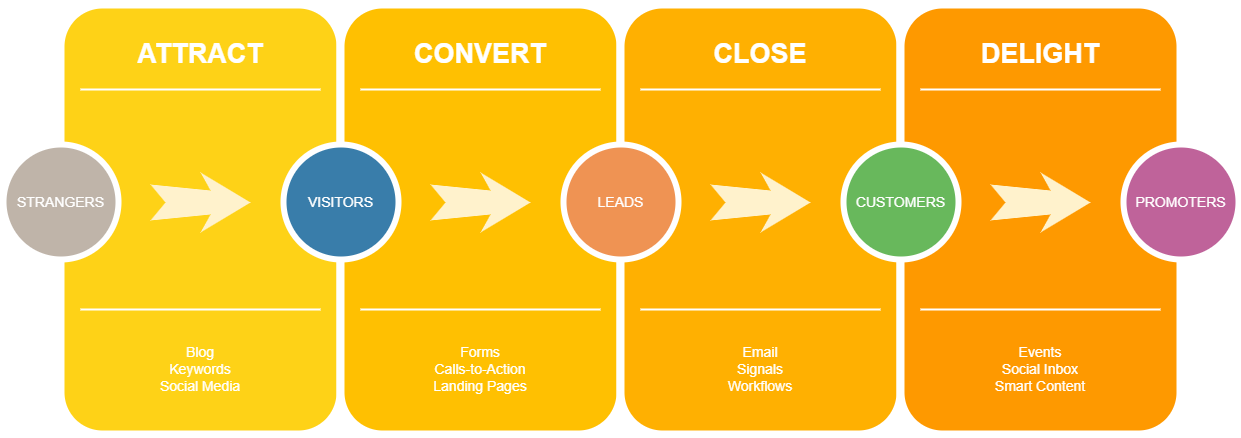
The draw.io diagram 未命名绘图.drawio.png in hongwueryi/opencv, before a commit. Source tidied: cells renumbered, new cells last; positions are measured from the earlier drawing's top-left corner, leaving out a move shared by most shapes. The source it was exported from:
```xml
<mxGraphModel>
  <root>
    <mxCell id="0" />
    <mxCell id="1" parent="0" />
    <mxCell id="2" style="whiteSpace=wrap;html=1;rounded=1;shadow=0;strokeWidth=8;fontSize=20;align=center;fillColor=#FED217;strokeColor=#FFFFFF;" parent="1" vertex="1">
      <mxGeometry x="57" width="280" height="430" as="geometry" />
    </mxCell>
    <mxCell id="3" value="ATTRACT" style="text;html=1;strokeColor=none;fillColor=none;align=center;verticalAlign=middle;whiteSpace=wrap;rounded=0;shadow=0;fontSize=27;fontColor=#FFFFFF;fontStyle=1;" parent="1" vertex="1">
      <mxGeometry x="57" y="20" width="280" height="60" as="geometry" />
    </mxCell>
    <mxCell id="4" value="Blog&lt;div&gt;Keywords&lt;/div&gt;&lt;div&gt;Social Media&lt;/div&gt;" style="text;html=1;strokeColor=none;fillColor=none;align=center;verticalAlign=middle;whiteSpace=wrap;rounded=0;shadow=0;fontSize=14;fontColor=#FFFFFF;" parent="1" vertex="1">
      <mxGeometry x="57" y="320" width="280" height="90" as="geometry" />
    </mxCell>
    <mxCell id="5" style="line;strokeWidth=2;html=1;rounded=0;shadow=0;fontSize=27;align=center;fillColor=none;strokeColor=#FFFFFF;" parent="1" vertex="1">
      <mxGeometry x="77" y="80" width="240" height="10" as="geometry" />
    </mxCell>
    <mxCell id="6" style="line;strokeWidth=2;html=1;rounded=0;shadow=0;fontSize=27;align=center;fillColor=none;strokeColor=#FFFFFF;" parent="1" vertex="1">
      <mxGeometry x="77" y="300" width="240" height="10" as="geometry" />
    </mxCell>
    <mxCell id="7" value="STRANGERS" style="ellipse;whiteSpace=wrap;html=1;rounded=0;shadow=0;strokeWidth=6;fontSize=14;align=center;fillColor=#BFB4A9;strokeColor=#FFFFFF;fontColor=#FFFFFF;" parent="1" vertex="1">
      <mxGeometry y="140" width="115" height="115" as="geometry" />
    </mxCell>
    <mxCell id="8" style="html=1;shadow=0;dashed=0;align=center;verticalAlign=middle;shape=mxgraph.arrows2.stylisedArrow;dy=0.6;dx=40;notch=15;feather=0.4;rounded=0;strokeWidth=1;fontSize=27;strokeColor=none;fillColor=#fff2cc;" parent="1" vertex="1">
      <mxGeometry x="147" y="168" width="100" height="60" as="geometry" />
    </mxCell>
    <mxCell id="9" style="whiteSpace=wrap;html=1;rounded=1;shadow=0;strokeWidth=8;fontSize=20;align=center;fillColor=#FFC001;strokeColor=#FFFFFF;" parent="1" vertex="1">
      <mxGeometry x="337" width="280" height="430" as="geometry" />
    </mxCell>
    <mxCell id="10" value="CONVERT" style="text;html=1;strokeColor=none;fillColor=none;align=center;verticalAlign=middle;whiteSpace=wrap;rounded=0;shadow=0;fontSize=27;fontColor=#FFFFFF;fontStyle=1;" parent="1" vertex="1">
      <mxGeometry x="337" y="20" width="280" height="60" as="geometry" />
    </mxCell>
    <mxCell id="11" value="Forms&lt;div&gt;Calls-to-Action&lt;/div&gt;&lt;div&gt;Landing Pages&lt;/div&gt;" style="text;html=1;strokeColor=none;fillColor=none;align=center;verticalAlign=middle;whiteSpace=wrap;rounded=0;shadow=0;fontSize=14;fontColor=#FFFFFF;" parent="1" vertex="1">
      <mxGeometry x="337" y="320" width="280" height="90" as="geometry" />
    </mxCell>
    <mxCell id="12" style="line;strokeWidth=2;html=1;rounded=0;shadow=0;fontSize=27;align=center;fillColor=none;strokeColor=#FFFFFF;" parent="1" vertex="1">
      <mxGeometry x="357" y="80" width="240" height="10" as="geometry" />
    </mxCell>
    <mxCell id="13" style="line;strokeWidth=2;html=1;rounded=0;shadow=0;fontSize=27;align=center;fillColor=none;strokeColor=#FFFFFF;" parent="1" vertex="1">
      <mxGeometry x="357" y="300" width="240" height="10" as="geometry" />
    </mxCell>
    <mxCell id="14" value="VISITORS" style="ellipse;whiteSpace=wrap;html=1;rounded=0;shadow=0;strokeWidth=6;fontSize=14;align=center;fillColor=#397DAA;strokeColor=#FFFFFF;fontColor=#FFFFFF;" parent="1" vertex="1">
      <mxGeometry x="280" y="140" width="115" height="115" as="geometry" />
    </mxCell>
    <mxCell id="15" style="html=1;shadow=0;dashed=0;align=center;verticalAlign=middle;shape=mxgraph.arrows2.stylisedArrow;dy=0.6;dx=40;notch=15;feather=0.4;rounded=0;strokeWidth=1;fontSize=27;strokeColor=none;fillColor=#fff2cc;" parent="1" vertex="1">
      <mxGeometry x="427" y="168" width="100" height="60" as="geometry" />
    </mxCell>
    <mxCell id="16" style="whiteSpace=wrap;html=1;rounded=1;shadow=0;strokeWidth=8;fontSize=20;align=center;fillColor=#FFB001;strokeColor=#FFFFFF;" parent="1" vertex="1">
      <mxGeometry x="617" width="280" height="430" as="geometry" />
    </mxCell>
    <mxCell id="17" value="CLOSE" style="text;html=1;strokeColor=none;fillColor=none;align=center;verticalAlign=middle;whiteSpace=wrap;rounded=0;shadow=0;fontSize=27;fontColor=#FFFFFF;fontStyle=1;" parent="1" vertex="1">
      <mxGeometry x="617" y="20" width="280" height="60" as="geometry" />
    </mxCell>
    <mxCell id="18" value="Email&lt;div&gt;Signals&lt;/div&gt;&lt;div&gt;Workflows&lt;/div&gt;" style="text;html=1;strokeColor=none;fillColor=none;align=center;verticalAlign=middle;whiteSpace=wrap;rounded=0;shadow=0;fontSize=14;fontColor=#FFFFFF;" parent="1" vertex="1">
      <mxGeometry x="617" y="320" width="280" height="90" as="geometry" />
    </mxCell>
    <mxCell id="19" style="line;strokeWidth=2;html=1;rounded=0;shadow=0;fontSize=27;align=center;fillColor=none;strokeColor=#FFFFFF;" parent="1" vertex="1">
      <mxGeometry x="637" y="80" width="240" height="10" as="geometry" />
    </mxCell>
    <mxCell id="20" style="line;strokeWidth=2;html=1;rounded=0;shadow=0;fontSize=27;align=center;fillColor=none;strokeColor=#FFFFFF;" parent="1" vertex="1">
      <mxGeometry x="637" y="300" width="240" height="10" as="geometry" />
    </mxCell>
    <mxCell id="21" value="LEADS" style="ellipse;whiteSpace=wrap;html=1;rounded=0;shadow=0;strokeWidth=6;fontSize=14;align=center;fillColor=#EF9353;strokeColor=#FFFFFF;fontColor=#FFFFFF;" parent="1" vertex="1">
      <mxGeometry x="560" y="140" width="115" height="115" as="geometry" />
    </mxCell>
    <mxCell id="22" style="html=1;shadow=0;dashed=0;align=center;verticalAlign=middle;shape=mxgraph.arrows2.stylisedArrow;dy=0.6;dx=40;notch=15;feather=0.4;rounded=0;strokeWidth=1;fontSize=27;strokeColor=none;fillColor=#fff2cc;" parent="1" vertex="1">
      <mxGeometry x="707" y="168" width="100" height="60" as="geometry" />
    </mxCell>
    <mxCell id="23" style="whiteSpace=wrap;html=1;rounded=1;shadow=0;strokeWidth=8;fontSize=20;align=center;fillColor=#FE9900;strokeColor=#FFFFFF;" parent="1" vertex="1">
      <mxGeometry x="897" width="280" height="430" as="geometry" />
    </mxCell>
    <mxCell id="24" value="DELIGHT" style="text;html=1;strokeColor=none;fillColor=none;align=center;verticalAlign=middle;whiteSpace=wrap;rounded=0;shadow=0;fontSize=27;fontColor=#FFFFFF;fontStyle=1;" parent="1" vertex="1">
      <mxGeometry x="897" y="20" width="280" height="60" as="geometry" />
    </mxCell>
    <mxCell id="25" value="Events&lt;div&gt;Social Inbox&lt;/div&gt;&lt;div&gt;Smart Content&lt;/div&gt;" style="text;html=1;strokeColor=none;fillColor=none;align=center;verticalAlign=middle;whiteSpace=wrap;rounded=0;shadow=0;fontSize=14;fontColor=#FFFFFF;" parent="1" vertex="1">
      <mxGeometry x="897" y="320" width="280" height="90" as="geometry" />
    </mxCell>
    <mxCell id="26" style="line;strokeWidth=2;html=1;rounded=0;shadow=0;fontSize=27;align=center;fillColor=none;strokeColor=#FFFFFF;" parent="1" vertex="1">
      <mxGeometry x="917" y="80" width="240" height="10" as="geometry" />
    </mxCell>
    <mxCell id="27" style="line;strokeWidth=2;html=1;rounded=0;shadow=0;fontSize=27;align=center;fillColor=none;strokeColor=#FFFFFF;" parent="1" vertex="1">
      <mxGeometry x="917" y="300" width="240" height="10" as="geometry" />
    </mxCell>
    <mxCell id="28" value="CUSTOMERS" style="ellipse;whiteSpace=wrap;html=1;rounded=0;shadow=0;strokeWidth=6;fontSize=14;align=center;fillColor=#68B85C;strokeColor=#FFFFFF;fontColor=#FFFFFF;" parent="1" vertex="1">
      <mxGeometry x="840" y="140" width="115" height="115" as="geometry" />
    </mxCell>
    <mxCell id="29" style="html=1;shadow=0;dashed=0;align=center;verticalAlign=middle;shape=mxgraph.arrows2.stylisedArrow;dy=0.6;dx=40;notch=15;feather=0.4;rounded=0;strokeWidth=1;fontSize=27;strokeColor=none;fillColor=#fff2cc;" parent="1" vertex="1">
      <mxGeometry x="987" y="168" width="100" height="60" as="geometry" />
    </mxCell>
    <mxCell id="30" value="PROMOTERS" style="ellipse;whiteSpace=wrap;html=1;rounded=0;shadow=0;strokeWidth=6;fontSize=14;align=center;fillColor=#BF639A;strokeColor=#FFFFFF;fontColor=#FFFFFF;" parent="1" vertex="1">
      <mxGeometry x="1120" y="140" width="115" height="115" as="geometry" />
    </mxCell>
  </root>
</mxGraphModel>
```
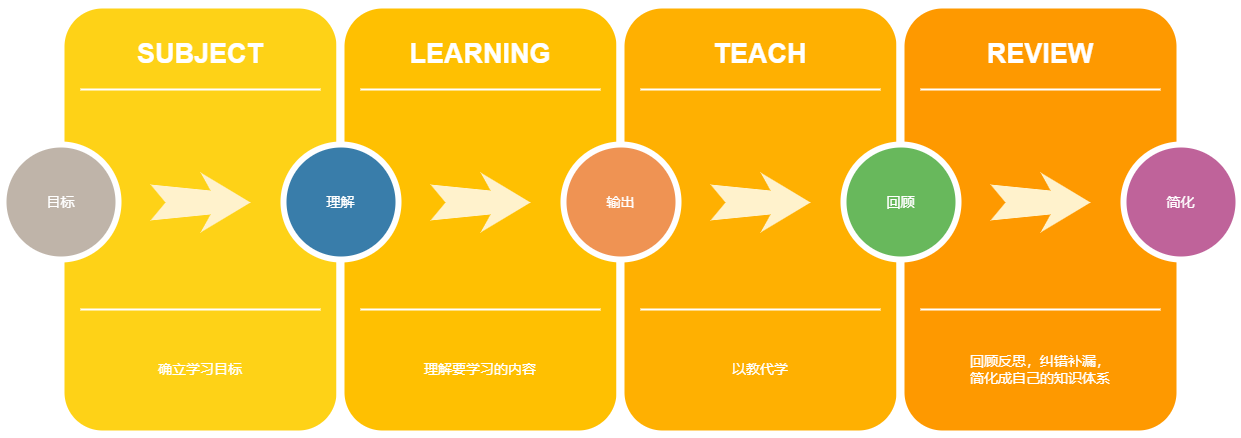
The same diagram one commit later.

Commit message:
更新未命名绘图.drawio.png

Change to the diagram source:
```diff
@@ -5,10 +5,10 @@
     <mxCell id="2" style="whiteSpace=wrap;html=1;rounded=1;shadow=0;strokeWidth=8;fontSize=20;align=center;fillColor=#FED217;strokeColor=#FFFFFF;" parent="1" vertex="1">
       <mxGeometry x="57" width="280" height="430" as="geometry" />
     </mxCell>
-    <mxCell id="3" value="ATTRACT" style="text;html=1;strokeColor=none;fillColor=none;align=center;verticalAlign=middle;whiteSpace=wrap;rounded=0;shadow=0;fontSize=27;fontColor=#FFFFFF;fontStyle=1;" parent="1" vertex="1">
+    <mxCell id="3" value="SUBJECT" style="text;html=1;strokeColor=none;fillColor=none;align=center;verticalAlign=middle;whiteSpace=wrap;rounded=0;shadow=0;fontSize=27;fontColor=#FFFFFF;fontStyle=1;" parent="1" vertex="1">
       <mxGeometry x="57" y="20" width="280" height="60" as="geometry" />
     </mxCell>
-    <mxCell id="4" value="Blog&lt;div&gt;Keywords&lt;/div&gt;&lt;div&gt;Social Media&lt;/div&gt;" style="text;html=1;strokeColor=none;fillColor=none;align=center;verticalAlign=middle;whiteSpace=wrap;rounded=0;shadow=0;fontSize=14;fontColor=#FFFFFF;" parent="1" vertex="1">
+    <mxCell id="4" value="确立学习目标" style="text;html=1;strokeColor=none;fillColor=none;align=center;verticalAlign=middle;whiteSpace=wrap;rounded=0;shadow=0;fontSize=14;fontColor=#FFFFFF;" parent="1" vertex="1">
       <mxGeometry x="57" y="320" width="280" height="90" as="geometry" />
     </mxCell>
     <mxCell id="5" style="line;strokeWidth=2;html=1;rounded=0;shadow=0;fontSize=27;align=center;fillColor=none;strokeColor=#FFFFFF;" parent="1" vertex="1">
@@ -17,7 +17,7 @@
     <mxCell id="6" style="line;strokeWidth=2;html=1;rounded=0;shadow=0;fontSize=27;align=center;fillColor=none;strokeColor=#FFFFFF;" parent="1" vertex="1">
       <mxGeometry x="77" y="300" width="240" height="10" as="geometry" />
     </mxCell>
-    <mxCell id="7" value="STRANGERS" style="ellipse;whiteSpace=wrap;html=1;rounded=0;shadow=0;strokeWidth=6;fontSize=14;align=center;fillColor=#BFB4A9;strokeColor=#FFFFFF;fontColor=#FFFFFF;" parent="1" vertex="1">
+    <mxCell id="7" value="目标" style="ellipse;whiteSpace=wrap;html=1;rounded=0;shadow=0;strokeWidth=6;fontSize=14;align=center;fillColor=#BFB4A9;strokeColor=#FFFFFF;fontColor=#FFFFFF;" parent="1" vertex="1">
       <mxGeometry y="140" width="115" height="115" as="geometry" />
     </mxCell>
     <mxCell id="8" style="html=1;shadow=0;dashed=0;align=center;verticalAlign=middle;shape=mxgraph.arrows2.stylisedArrow;dy=0.6;dx=40;notch=15;feather=0.4;rounded=0;strokeWidth=1;fontSize=27;strokeColor=none;fillColor=#fff2cc;" parent="1" vertex="1">
@@ -26,10 +26,10 @@
     <mxCell id="9" style="whiteSpace=wrap;html=1;rounded=1;shadow=0;strokeWidth=8;fontSize=20;align=center;fillColor=#FFC001;strokeColor=#FFFFFF;" parent="1" vertex="1">
       <mxGeometry x="337" width="280" height="430" as="geometry" />
     </mxCell>
-    <mxCell id="10" value="CONVERT" style="text;html=1;strokeColor=none;fillColor=none;align=center;verticalAlign=middle;whiteSpace=wrap;rounded=0;shadow=0;fontSize=27;fontColor=#FFFFFF;fontStyle=1;" parent="1" vertex="1">
+    <mxCell id="10" value="LEARNING" style="text;html=1;strokeColor=none;fillColor=none;align=center;verticalAlign=middle;whiteSpace=wrap;rounded=0;shadow=0;fontSize=27;fontColor=#FFFFFF;fontStyle=1;" parent="1" vertex="1">
       <mxGeometry x="337" y="20" width="280" height="60" as="geometry" />
     </mxCell>
-    <mxCell id="11" value="Forms&lt;div&gt;Calls-to-Action&lt;/div&gt;&lt;div&gt;Landing Pages&lt;/div&gt;" style="text;html=1;strokeColor=none;fillColor=none;align=center;verticalAlign=middle;whiteSpace=wrap;rounded=0;shadow=0;fontSize=14;fontColor=#FFFFFF;" parent="1" vertex="1">
+    <mxCell id="11" value="理解要学习的内容" style="text;html=1;strokeColor=none;fillColor=none;align=center;verticalAlign=middle;whiteSpace=wrap;rounded=0;shadow=0;fontSize=14;fontColor=#FFFFFF;" parent="1" vertex="1">
       <mxGeometry x="337" y="320" width="280" height="90" as="geometry" />
     </mxCell>
     <mxCell id="12" style="line;strokeWidth=2;html=1;rounded=0;shadow=0;fontSize=27;align=center;fillColor=none;strokeColor=#FFFFFF;" parent="1" vertex="1">
@@ -38,7 +38,7 @@
     <mxCell id="13" style="line;strokeWidth=2;html=1;rounded=0;shadow=0;fontSize=27;align=center;fillColor=none;strokeColor=#FFFFFF;" parent="1" vertex="1">
       <mxGeometry x="357" y="300" width="240" height="10" as="geometry" />
     </mxCell>
-    <mxCell id="14" value="VISITORS" style="ellipse;whiteSpace=wrap;html=1;rounded=0;shadow=0;strokeWidth=6;fontSize=14;align=center;fillColor=#397DAA;strokeColor=#FFFFFF;fontColor=#FFFFFF;" parent="1" vertex="1">
+    <mxCell id="14" value="理解" style="ellipse;whiteSpace=wrap;html=1;rounded=0;shadow=0;strokeWidth=6;fontSize=14;align=center;fillColor=#397DAA;strokeColor=#FFFFFF;fontColor=#FFFFFF;" parent="1" vertex="1">
       <mxGeometry x="280" y="140" width="115" height="115" as="geometry" />
     </mxCell>
     <mxCell id="15" style="html=1;shadow=0;dashed=0;align=center;verticalAlign=middle;shape=mxgraph.arrows2.stylisedArrow;dy=0.6;dx=40;notch=15;feather=0.4;rounded=0;strokeWidth=1;fontSize=27;strokeColor=none;fillColor=#fff2cc;" parent="1" vertex="1">
@@ -47,10 +47,10 @@
     <mxCell id="16" style="whiteSpace=wrap;html=1;rounded=1;shadow=0;strokeWidth=8;fontSize=20;align=center;fillColor=#FFB001;strokeColor=#FFFFFF;" parent="1" vertex="1">
       <mxGeometry x="617" width="280" height="430" as="geometry" />
     </mxCell>
-    <mxCell id="17" value="CLOSE" style="text;html=1;strokeColor=none;fillColor=none;align=center;verticalAlign=middle;whiteSpace=wrap;rounded=0;shadow=0;fontSize=27;fontColor=#FFFFFF;fontStyle=1;" parent="1" vertex="1">
+    <mxCell id="17" value="TEACH" style="text;html=1;strokeColor=none;fillColor=none;align=center;verticalAlign=middle;whiteSpace=wrap;rounded=0;shadow=0;fontSize=27;fontColor=#FFFFFF;fontStyle=1;" parent="1" vertex="1">
       <mxGeometry x="617" y="20" width="280" height="60" as="geometry" />
     </mxCell>
-    <mxCell id="18" value="Email&lt;div&gt;Signals&lt;/div&gt;&lt;div&gt;Workflows&lt;/div&gt;" style="text;html=1;strokeColor=none;fillColor=none;align=center;verticalAlign=middle;whiteSpace=wrap;rounded=0;shadow=0;fontSize=14;fontColor=#FFFFFF;" parent="1" vertex="1">
+    <mxCell id="18" value="以教代学" style="text;html=1;strokeColor=none;fillColor=none;align=center;verticalAlign=middle;whiteSpace=wrap;rounded=0;shadow=0;fontSize=14;fontColor=#FFFFFF;" parent="1" vertex="1">
       <mxGeometry x="617" y="320" width="280" height="90" as="geometry" />
     </mxCell>
     <mxCell id="19" style="line;strokeWidth=2;html=1;rounded=0;shadow=0;fontSize=27;align=center;fillColor=none;strokeColor=#FFFFFF;" parent="1" vertex="1">
@@ -59,7 +59,7 @@
     <mxCell id="20" style="line;strokeWidth=2;html=1;rounded=0;shadow=0;fontSize=27;align=center;fillColor=none;strokeColor=#FFFFFF;" parent="1" vertex="1">
       <mxGeometry x="637" y="300" width="240" height="10" as="geometry" />
     </mxCell>
-    <mxCell id="21" value="LEADS" style="ellipse;whiteSpace=wrap;html=1;rounded=0;shadow=0;strokeWidth=6;fontSize=14;align=center;fillColor=#EF9353;strokeColor=#FFFFFF;fontColor=#FFFFFF;" parent="1" vertex="1">
+    <mxCell id="21" value="输出" style="ellipse;whiteSpace=wrap;html=1;rounded=0;shadow=0;strokeWidth=6;fontSize=14;align=center;fillColor=#EF9353;strokeColor=#FFFFFF;fontColor=#FFFFFF;" parent="1" vertex="1">
       <mxGeometry x="560" y="140" width="115" height="115" as="geometry" />
     </mxCell>
     <mxCell id="22" style="html=1;shadow=0;dashed=0;align=center;verticalAlign=middle;shape=mxgraph.arrows2.stylisedArrow;dy=0.6;dx=40;notch=15;feather=0.4;rounded=0;strokeWidth=1;fontSize=27;strokeColor=none;fillColor=#fff2cc;" parent="1" vertex="1">
@@ -68,10 +68,10 @@
     <mxCell id="23" style="whiteSpace=wrap;html=1;rounded=1;shadow=0;strokeWidth=8;fontSize=20;align=center;fillColor=#FE9900;strokeColor=#FFFFFF;" parent="1" vertex="1">
       <mxGeometry x="897" width="280" height="430" as="geometry" />
     </mxCell>
-    <mxCell id="24" value="DELIGHT" style="text;html=1;strokeColor=none;fillColor=none;align=center;verticalAlign=middle;whiteSpace=wrap;rounded=0;shadow=0;fontSize=27;fontColor=#FFFFFF;fontStyle=1;" parent="1" vertex="1">
+    <mxCell id="24" value="REVIEW" style="text;html=1;strokeColor=none;fillColor=none;align=center;verticalAlign=middle;whiteSpace=wrap;rounded=0;shadow=0;fontSize=27;fontColor=#FFFFFF;fontStyle=1;" parent="1" vertex="1">
       <mxGeometry x="897" y="20" width="280" height="60" as="geometry" />
     </mxCell>
-    <mxCell id="25" value="Events&lt;div&gt;Social Inbox&lt;/div&gt;&lt;div&gt;Smart Content&lt;/div&gt;" style="text;html=1;strokeColor=none;fillColor=none;align=center;verticalAlign=middle;whiteSpace=wrap;rounded=0;shadow=0;fontSize=14;fontColor=#FFFFFF;" parent="1" vertex="1">
+    <mxCell id="25" value="回顾反思，纠错补漏，&lt;br&gt;简化成自己的知识体系" style="text;html=1;strokeColor=none;fillColor=none;align=center;verticalAlign=middle;whiteSpace=wrap;rounded=0;shadow=0;fontSize=14;fontColor=#FFFFFF;" parent="1" vertex="1">
       <mxGeometry x="897" y="320" width="280" height="90" as="geometry" />
     </mxCell>
     <mxCell id="26" style="line;strokeWidth=2;html=1;rounded=0;shadow=0;fontSize=27;align=center;fillColor=none;strokeColor=#FFFFFF;" parent="1" vertex="1">
@@ -80,13 +80,13 @@
     <mxCell id="27" style="line;strokeWidth=2;html=1;rounded=0;shadow=0;fontSize=27;align=center;fillColor=none;strokeColor=#FFFFFF;" parent="1" vertex="1">
       <mxGeometry x="917" y="300" width="240" height="10" as="geometry" />
     </mxCell>
-    <mxCell id="28" value="CUSTOMERS" style="ellipse;whiteSpace=wrap;html=1;rounded=0;shadow=0;strokeWidth=6;fontSize=14;align=center;fillColor=#68B85C;strokeColor=#FFFFFF;fontColor=#FFFFFF;" parent="1" vertex="1">
+    <mxCell id="28" value="回顾" style="ellipse;whiteSpace=wrap;html=1;rounded=0;shadow=0;strokeWidth=6;fontSize=14;align=center;fillColor=#68B85C;strokeColor=#FFFFFF;fontColor=#FFFFFF;" parent="1" vertex="1">
       <mxGeometry x="840" y="140" width="115" height="115" as="geometry" />
     </mxCell>
     <mxCell id="29" style="html=1;shadow=0;dashed=0;align=center;verticalAlign=middle;shape=mxgraph.arrows2.stylisedArrow;dy=0.6;dx=40;notch=15;feather=0.4;rounded=0;strokeWidth=1;fontSize=27;strokeColor=none;fillColor=#fff2cc;" parent="1" vertex="1">
       <mxGeometry x="987" y="168" width="100" height="60" as="geometry" />
     </mxCell>
-    <mxCell id="30" value="PROMOTERS" style="ellipse;whiteSpace=wrap;html=1;rounded=0;shadow=0;strokeWidth=6;fontSize=14;align=center;fillColor=#BF639A;strokeColor=#FFFFFF;fontColor=#FFFFFF;" parent="1" vertex="1">
+    <mxCell id="30" value="简化" style="ellipse;whiteSpace=wrap;html=1;rounded=0;shadow=0;strokeWidth=6;fontSize=14;align=center;fillColor=#BF639A;strokeColor=#FFFFFF;fontColor=#FFFFFF;" parent="1" vertex="1">
       <mxGeometry x="1120" y="140" width="115" height="115" as="geometry" />
     </mxCell>
   </root>
```
